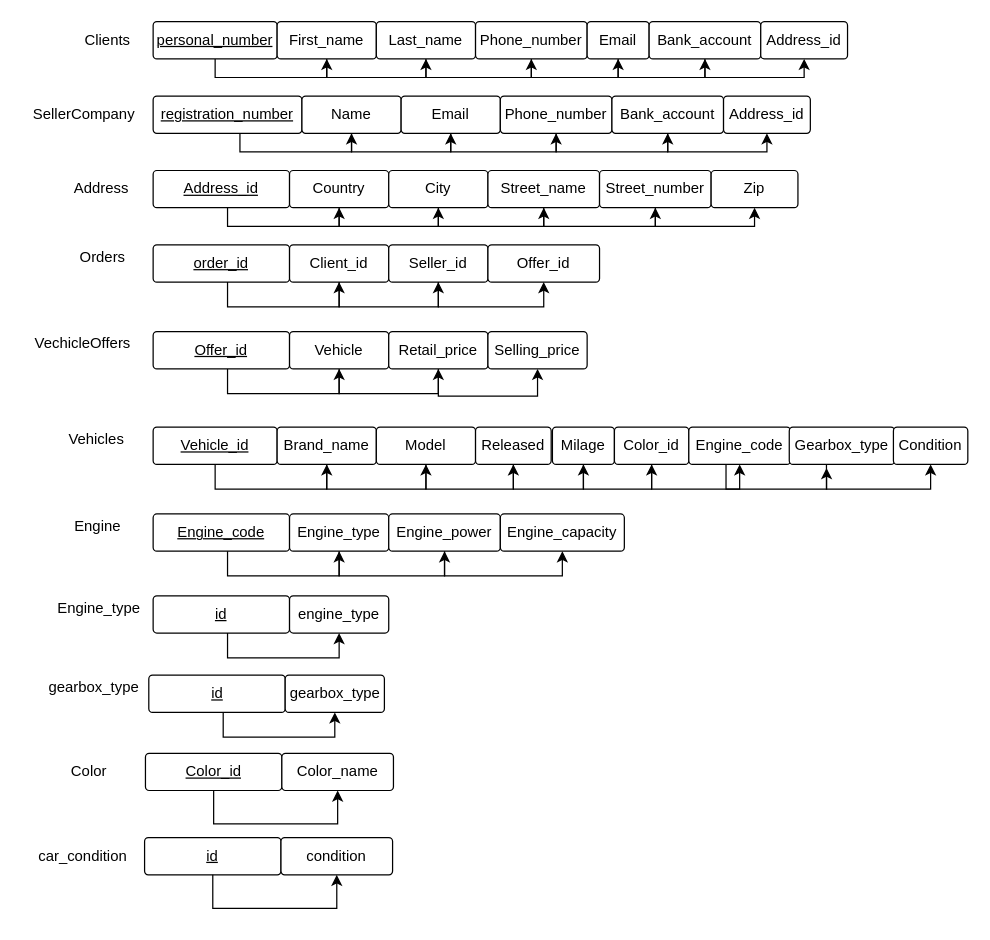
This is page "normalization" (3 of 3) of Car Marketplace.drawio from kstekels/Car-Marketplace, a draw.io file, before an edit. Source tidied: cells renumbered, new cells numbered last; positions are measured from the earlier drawing's top-left corner, leaving out a move shared by most shapes. Both pictures are drawn from the tidied source at 124%, with x=0, y=0 at pixel (21, 21).
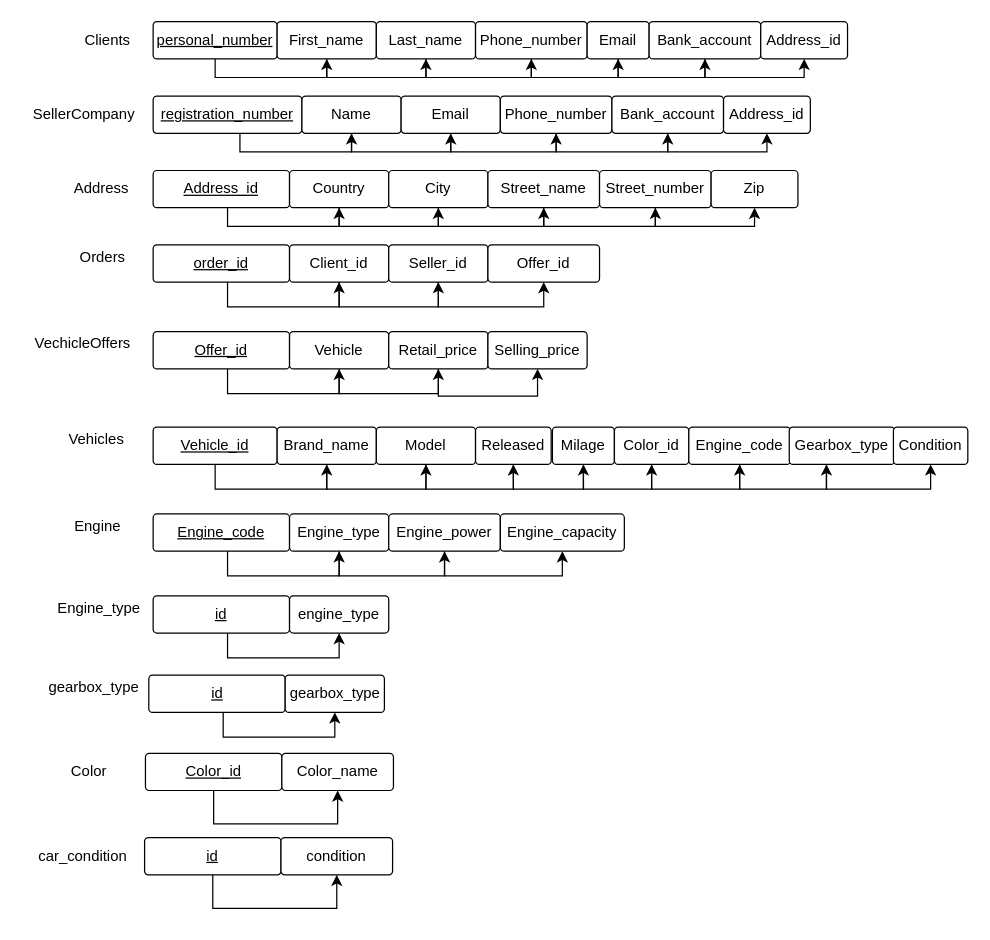
After the change.

The change refers to these unchanged cells:
```xml
<mxCell id="61" value="Engine_code" style="rounded=1;arcSize=10;whiteSpace=wrap;html=1;align=center;" parent="1" vertex="1">
  <mxGeometry x="538" y="327" width="82" height="30" as="geometry" />
</mxCell>
<mxCell id="68" value="Gearbox_type" style="rounded=1;arcSize=10;whiteSpace=wrap;html=1;align=center;" parent="1" vertex="1">
  <mxGeometry x="619" y="327" width="85" height="30" as="geometry" />
</mxCell>
```

Change to the diagram source:
```diff
@@
-    <mxCell id="70" style="endArrow=classic;html=1;rounded=0;edgeStyle=elbowEdgeStyle;elbow=vertical;exitX=0.5;exitY=1;exitDx=0;exitDy=0;entryX=0.354;entryY=1.1;entryDx=0;entryDy=0;entryPerimeter=0;" parent="1" edge="1" target="68">
+    <mxCell id="70" style="endArrow=classic;html=1;rounded=0;edgeStyle=elbowEdgeStyle;elbow=vertical;exitX=0.5;exitY=1;exitDx=0;exitDy=0;" parent="1" edge="1" source="61">
       <mxGeometry relative="1" as="geometry">
-        <mxPoint x="568" y="357" as="sourcePoint" />
+        <mxPoint x="649" y="357" as="targetPoint" />
         <Array as="points">
           <mxPoint x="598" y="377" />
         </Array>
       </mxGeometry>
     </mxCell>
```
